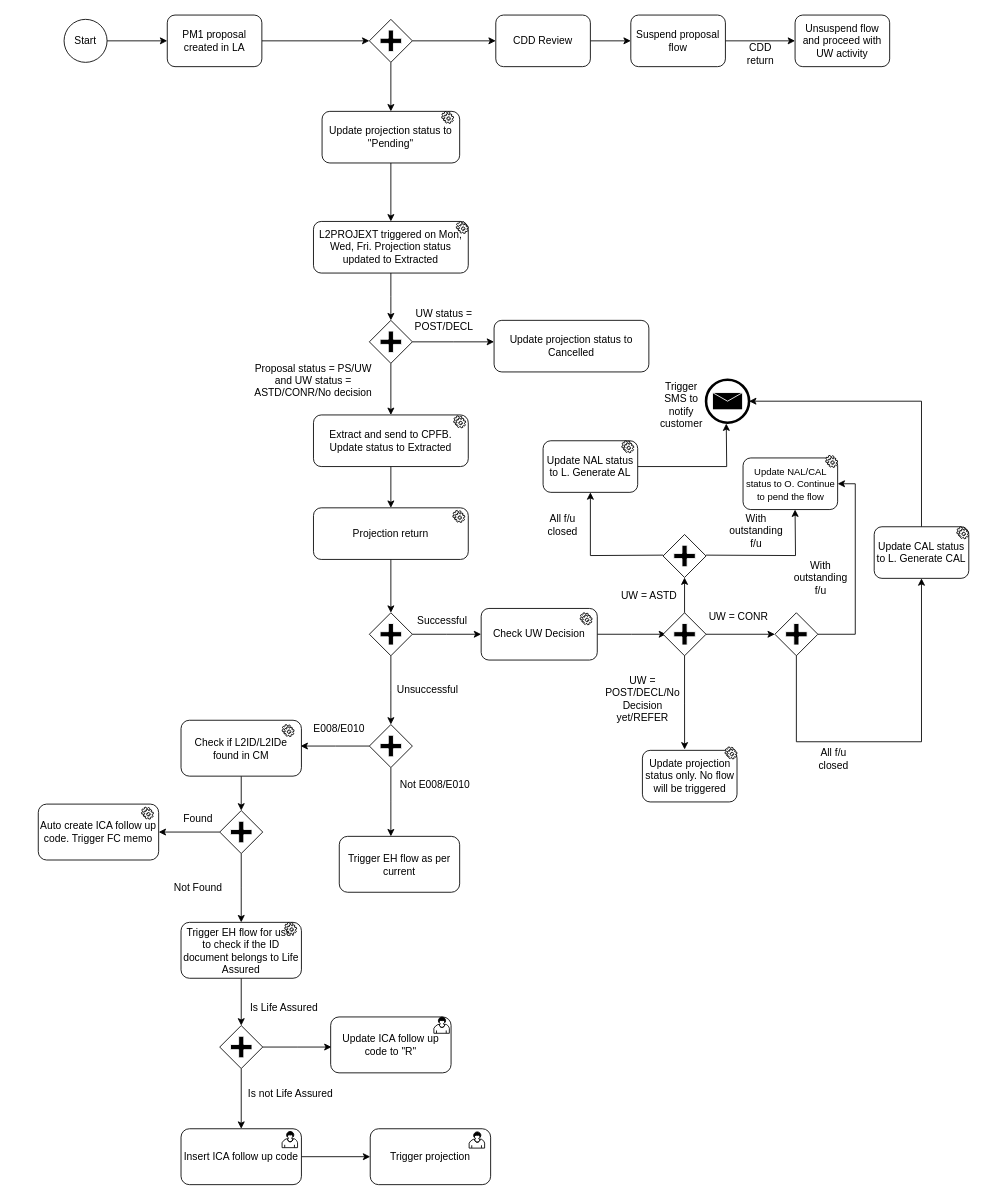
Jefferzonlee/WorkFlow-BPR keeps this draw.io diagram as page "PruShield Projection" (10 of 11) of HS.drawio. Above is the earlier version. Source tidied: cells renumbered, new cells numbered last; positions are measured from the earlier drawing's top-left corner, leaving out a move shared by most shapes. Both pictures are drawn from the tidied source at 86%, with x=0, y=0 at pixel (38, 15).
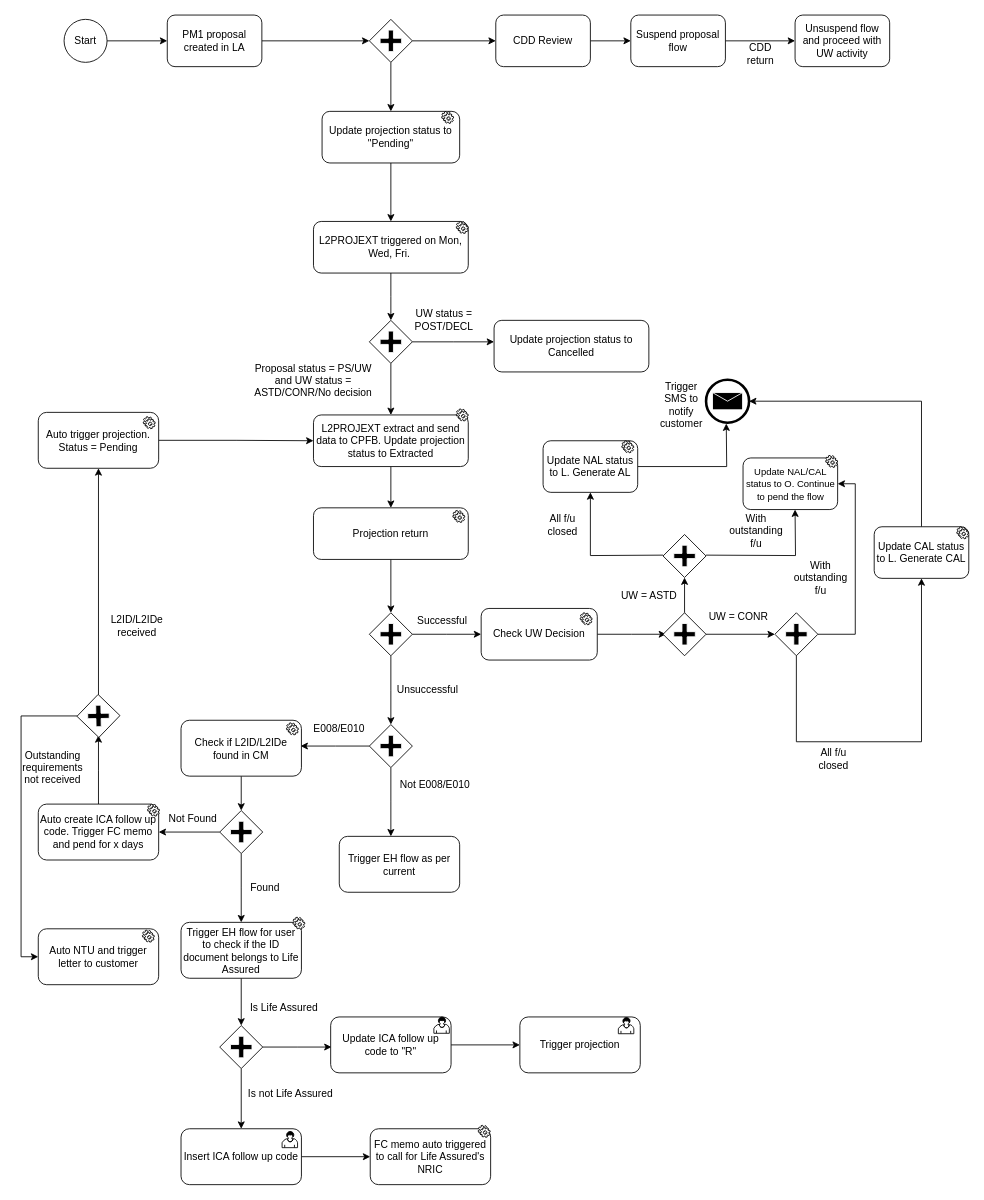
Above is the later version.

Unchanged cells that the change refers to:
```xml
<mxCell id="41" style="shape=mxgraph.bpmn.shape;html=1;verticalLabelPosition=bottom;labelBackgroundColor=#ffffff;verticalAlign=top;align=center;perimeter=rhombusPerimeter;background=gateway;outlineConnect=0;outline=none;symbol=parallelGw;" parent="1" vertex="1">
  <mxGeometry x="726.5" y="695" width="50" height="50" as="geometry" />
</mxCell>
<mxCell id="70" value="&lt;font face=&quot;arial, sans-serif&quot; style=&quot;font-size: 12px&quot;&gt;Insert ICA follow up code&lt;/font&gt;" style="rounded=1;whiteSpace=wrap;html=1;" parent="1" vertex="1">
  <mxGeometry x="166" y="1295" width="140" height="65" as="geometry" />
</mxCell>
```

Change to the diagram source:
```diff
@@
-    <mxCell id="9" value="&lt;span lang=&quot;EN-AU&quot; style=&quot;font-family: &amp;#34;arial&amp;#34; , sans-serif&quot;&gt;&lt;font style=&quot;font-size: 12px&quot;&gt;L2PROJEXT triggered on Mon, Wed, Fri. Projection status updated to Extracted&lt;/font&gt;&lt;/span&gt;" style="rounded=1;whiteSpace=wrap;html=1;" parent="1" vertex="1">
+    <mxCell id="9" value="&lt;span lang=&quot;EN-AU&quot; style=&quot;font-family: &amp;#34;arial&amp;#34; , sans-serif&quot;&gt;&lt;font style=&quot;font-size: 12px&quot;&gt;L2PROJEXT triggered on Mon, Wed, Fri.&amp;nbsp;&lt;/font&gt;&lt;/span&gt;" style="rounded=1;whiteSpace=wrap;html=1;" parent="1" vertex="1">
       <mxGeometry x="320" y="240" width="180" height="60" as="geometry" />
     </mxCell>
@@
-    <mxCell id="11" value="&lt;span lang=&quot;EN-AU&quot; style=&quot;font-family: &amp;#34;arial&amp;#34; , sans-serif&quot;&gt;&lt;font style=&quot;font-size: 12px&quot;&gt;Extract and send to CPFB. Update status to Extracted&lt;/font&gt;&lt;/span&gt;" style="rounded=1;whiteSpace=wrap;html=1;" parent="1" vertex="1">
+    <mxCell id="11" value="&lt;span lang=&quot;EN-AU&quot; style=&quot;font-family: &amp;#34;arial&amp;#34; , sans-serif&quot;&gt;&lt;font style=&quot;font-size: 12px&quot;&gt;L2PROJEXT extract and send data to CPFB. Update projection status to Extracted&lt;/font&gt;&lt;/span&gt;" style="rounded=1;whiteSpace=wrap;html=1;" parent="1" vertex="1">
       <mxGeometry x="320" y="465" width="180" height="60" as="geometry" />
     </mxCell>
@@
-    <mxCell id="39" style="edgeStyle=orthogonalEdgeStyle;rounded=0;jettySize=auto;html=1;entryX=0.446;entryY=-0.017;entryDx=0;entryDy=0;entryPerimeter=0;" parent="1" edge="1" source="41" target="50">
-      <mxGeometry relative="1" as="geometry" />
-    </mxCell>
@@
-    <mxCell id="50" value="Update projection status only. No flow will be triggered" style="rounded=1;whiteSpace=wrap;html=1;" parent="1" vertex="1">
-      <mxGeometry x="702.5" y="855" width="110" height="60" as="geometry" />
-    </mxCell>
-    <mxCell id="51" value="UW = POST/DECL/No Decision yet/REFER" style="text;html=1;strokeColor=none;fillColor=none;align=center;verticalAlign=middle;whiteSpace=wrap;rounded=0;direction=south;" parent="1" vertex="1">
-      <mxGeometry x="692.5" y="755" width="20" height="80" as="geometry" />
-    </mxCell>
@@
+    <mxCell id="101" style="edgeStyle=orthogonalEdgeStyle;rounded=0;jettySize=auto;html=1;" parent="1" edge="1" source="59">
+      <mxGeometry relative="1" as="geometry">
+        <mxPoint x="70" y="837.5" as="targetPoint" />
+      </mxGeometry>
+    </mxCell>
-    <mxCell id="59" value="&lt;span lang=&quot;EN-AU&quot; style=&quot;font-family: &amp;#34;arial&amp;#34; , sans-serif&quot;&gt;&lt;font style=&quot;font-size: 12px&quot;&gt;Auto create ICA follow up code. Trigger FC memo&lt;/font&gt;&lt;/span&gt;" style="rounded=1;whiteSpace=wrap;html=1;" parent="1" vertex="1">
+    <mxCell id="59" value="&lt;span lang=&quot;EN-AU&quot; style=&quot;font-family: &amp;#34;arial&amp;#34; , sans-serif&quot;&gt;&lt;font style=&quot;font-size: 12px&quot;&gt;Auto create ICA follow up code. Trigger FC memo and pend for x days&lt;/font&gt;&lt;/span&gt;" style="rounded=1;whiteSpace=wrap;html=1;" parent="1" vertex="1">
       <mxGeometry y="917.5" width="140" height="65" as="geometry" />
     </mxCell>
+    <mxCell id="102" value="&lt;font face=&quot;arial, sans-serif&quot;&gt;Auto NTU and trigger letter to customer&lt;/font&gt;" style="rounded=1;whiteSpace=wrap;html=1;" parent="1" vertex="1">
+      <mxGeometry y="1062.5" width="140" height="65" as="geometry" />
+    </mxCell>
@@
     <mxCell id="62" value="Found" style="text;html=1;strokeColor=none;fillColor=none;align=center;verticalAlign=middle;whiteSpace=wrap;rounded=0;" parent="1" vertex="1">
-      <mxGeometry x="166" y="925" width="40" height="20" as="geometry" />
+      <mxGeometry x="243.5" y="1005" width="40" height="20" as="geometry" />
     </mxCell>
     <mxCell id="63" value="Not Found" style="text;html=1;strokeColor=none;fillColor=none;align=center;verticalAlign=middle;whiteSpace=wrap;rounded=0;" parent="1" vertex="1">
-      <mxGeometry x="146" y="1005" width="80" height="20" as="geometry" />
+      <mxGeometry x="140" y="925" width="80" height="20" as="geometry" />
     </mxCell>
@@
-    <mxCell id="69" style="edgeStyle=orthogonalEdgeStyle;rounded=0;jettySize=auto;html=1;" parent="1" edge="1" source="70" target="71">
-      <mxGeometry relative="1" as="geometry" />
-    </mxCell>
+    <mxCell id="103" style="edgeStyle=orthogonalEdgeStyle;rounded=0;jettySize=auto;html=1;" parent="1" edge="1" source="70" target="104">
+      <mxGeometry relative="1" as="geometry" />
+    </mxCell>
@@
+    <mxCell id="104" value="&lt;font face=&quot;arial, sans-serif&quot; style=&quot;font-size: 12px&quot;&gt;FC memo auto triggered to call for Life Assured's NRIC&lt;/font&gt;" style="rounded=1;whiteSpace=wrap;html=1;" parent="1" vertex="1">
+      <mxGeometry x="386" y="1295" width="140" height="65" as="geometry" />
+    </mxCell>
+    <mxCell id="105" style="edgeStyle=orthogonalEdgeStyle;rounded=0;jettySize=auto;html=1;" parent="1" edge="1" source="72" target="71">
+      <mxGeometry relative="1" as="geometry" />
+    </mxCell>
+    <mxCell id="72" value="&lt;span lang=&quot;EN-AU&quot; style=&quot;font-family: &amp;#34;arial&amp;#34; , sans-serif&quot;&gt;&lt;font style=&quot;font-size: 12px&quot;&gt;Update ICA follow up code to &quot;R&quot;&lt;/font&gt;&lt;/span&gt;" style="rounded=1;whiteSpace=wrap;html=1;" parent="1" vertex="1">
+      <mxGeometry x="340" y="1165" width="140" height="65" as="geometry" />
+    </mxCell>
-    <mxCell id="71" value="&lt;font face=&quot;arial, sans-serif&quot; style=&quot;font-size: 12px&quot;&gt;Trigger projection&lt;/font&gt;" style="rounded=1;whiteSpace=wrap;html=1;" parent="1" vertex="1">
-      <mxGeometry x="386" y="1295" width="140" height="65" as="geometry" />
+    <mxCell id="71" value="&lt;span style=&quot;font-family: &amp;#34;arial&amp;#34; , sans-serif&quot;&gt;Trigger projection&lt;/span&gt;" style="rounded=1;whiteSpace=wrap;html=1;" parent="1" vertex="1">
+      <mxGeometry x="560" y="1165" width="140" height="65" as="geometry" />
     </mxCell>
-    <mxCell id="72" value="&lt;span lang=&quot;EN-AU&quot; style=&quot;font-family: &amp;#34;arial&amp;#34; , sans-serif&quot;&gt;&lt;font style=&quot;font-size: 12px&quot;&gt;Update ICA follow up code to &quot;R&quot;&lt;/font&gt;&lt;/span&gt;" style="rounded=1;whiteSpace=wrap;html=1;" parent="1" vertex="1">
-      <mxGeometry x="340" y="1165" width="140" height="65" as="geometry" />
-    </mxCell>
@@
     <mxCell id="86" style="shape=mxgraph.bpmn.service_task;html=1;" parent="1" vertex="1">
-      <mxGeometry x="283.5" y="825" width="14" height="14" as="geometry" />
+      <mxGeometry x="288.5" y="823" width="14" height="14" as="geometry" />
     </mxCell>
@@
-    <mxCell id="90" style="shape=mxgraph.bpmn.service_task;html=1;" parent="1" vertex="1">
-      <mxGeometry x="798.5" y="851" width="14" height="14" as="geometry" />
-    </mxCell>
@@
     <mxCell id="92" style="shape=mxgraph.bpmn.service_task;html=1;" parent="1" vertex="1">
-      <mxGeometry x="483" y="466" width="14" height="14" as="geometry" />
+      <mxGeometry x="486" y="458" width="14" height="14" as="geometry" />
     </mxCell>
@@
     <mxCell id="96" style="shape=mxgraph.bpmn.service_task;html=1;" parent="1" vertex="1">
-      <mxGeometry x="120" y="921" width="14" height="14" as="geometry" />
+      <mxGeometry x="127" y="917.5" width="14" height="14" as="geometry" />
     </mxCell>
     <mxCell id="97" style="shape=mxgraph.bpmn.service_task;html=1;" parent="1" vertex="1">
-      <mxGeometry x="286.5" y="1055" width="14" height="14" as="geometry" />
+      <mxGeometry x="296" y="1049" width="14" height="14" as="geometry" />
     </mxCell>
@@
     <mxCell id="100" style="html=1;shape=mxgraph.bpmn.user_task;" parent="1" vertex="1">
-      <mxGeometry x="501" y="1298.5" width="18" height="19" as="geometry">
+      <mxGeometry x="674.5" y="1165.5" width="18" height="19" as="geometry">
         <mxPoint x="110" y="14" as="offset" />
       </mxGeometry>
     </mxCell>
+    <mxCell id="106" style="shape=mxgraph.bpmn.service_task;html=1;" parent="1" vertex="1">
+      <mxGeometry x="511.5" y="1291" width="14" height="14" as="geometry" />
+    </mxCell>
+    <mxCell id="107" style="shape=mxgraph.bpmn.service_task;html=1;" parent="1" vertex="1">
+      <mxGeometry x="121" y="1064" width="14" height="14" as="geometry" />
+    </mxCell>
+    <mxCell id="108" style="edgeStyle=orthogonalEdgeStyle;rounded=0;jettySize=auto;html=1;entryX=0;entryY=0.5;entryDx=0;entryDy=0;" parent="1" edge="1" source="110" target="102">
+      <mxGeometry relative="1" as="geometry">
+        <Array as="points">
+          <mxPoint x="-20" y="815" />
+          <mxPoint x="-20" y="1095" />
+        </Array>
+      </mxGeometry>
+    </mxCell>
+    <mxCell id="109" style="edgeStyle=orthogonalEdgeStyle;rounded=0;jettySize=auto;html=1;" parent="1" edge="1" source="110" target="114">
+      <mxGeometry relative="1" as="geometry" />
+    </mxCell>
+    <mxCell id="110" style="shape=mxgraph.bpmn.shape;html=1;verticalLabelPosition=bottom;labelBackgroundColor=#ffffff;verticalAlign=top;align=center;perimeter=rhombusPerimeter;background=gateway;outlineConnect=0;outline=none;symbol=parallelGw;rotation=-1;" parent="1" vertex="1">
+      <mxGeometry x="45" y="790" width="50" height="50" as="geometry" />
+    </mxCell>
+    <mxCell id="111" value="Outstanding requirements not received" style="text;html=1;strokeColor=none;fillColor=none;align=center;verticalAlign=middle;whiteSpace=wrap;rounded=0;" parent="1" vertex="1">
+      <mxGeometry x="-3" y="865" width="40" height="20" as="geometry" />
+    </mxCell>
+    <mxCell id="112" value="L2ID/L2IDe received" style="text;html=1;strokeColor=none;fillColor=none;align=center;verticalAlign=middle;whiteSpace=wrap;rounded=0;" parent="1" vertex="1">
+      <mxGeometry x="80" y="690" width="70" height="40" as="geometry" />
+    </mxCell>
+    <mxCell id="113" style="edgeStyle=orthogonalEdgeStyle;rounded=0;jettySize=auto;html=1;entryX=0;entryY=0.5;entryDx=0;entryDy=0;" parent="1" edge="1" source="114" target="11">
+      <mxGeometry relative="1" as="geometry" />
+    </mxCell>
+    <mxCell id="114" value="&lt;span style=&quot;font-family: &amp;#34;arial&amp;#34; , sans-serif&quot;&gt;Auto trigger projection. Status = Pending&lt;/span&gt;" style="rounded=1;whiteSpace=wrap;html=1;" parent="1" vertex="1">
+      <mxGeometry y="462" width="140" height="65" as="geometry" />
+    </mxCell>
+    <mxCell id="115" style="shape=mxgraph.bpmn.service_task;html=1;" parent="1" vertex="1">
+      <mxGeometry x="122" y="467" width="14" height="14" as="geometry" />
+    </mxCell>
```
